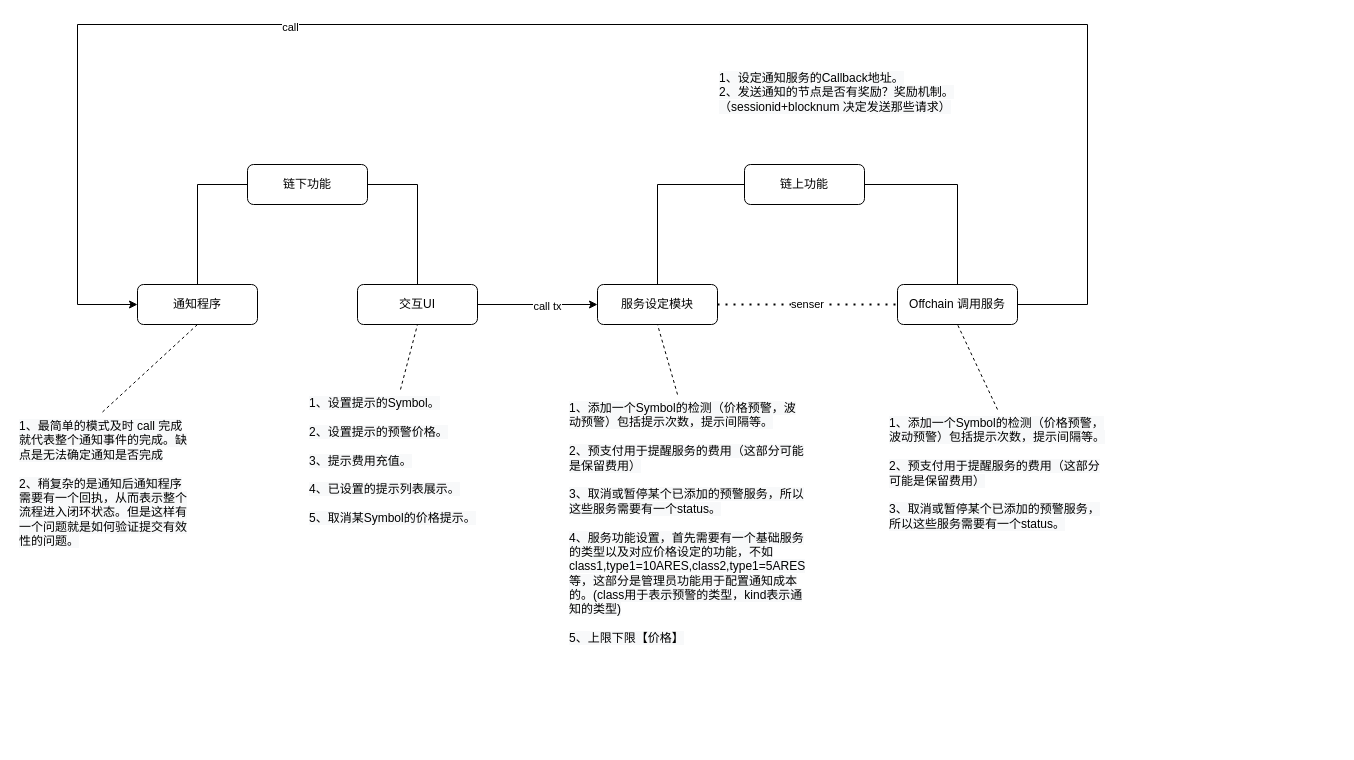
Above: page "功能流程" (1 of 6) of 自动报价程序.drawio in kami1983/umls (draw.io), before the change. Source tidied: cells renumbered, new cells numbered last; positions are measured from the earlier drawing's top-left corner, leaving out a move shared by most shapes. Both pictures are drawn from the tidied source at 100%, with x=0, y=0 at pixel (17, 24).
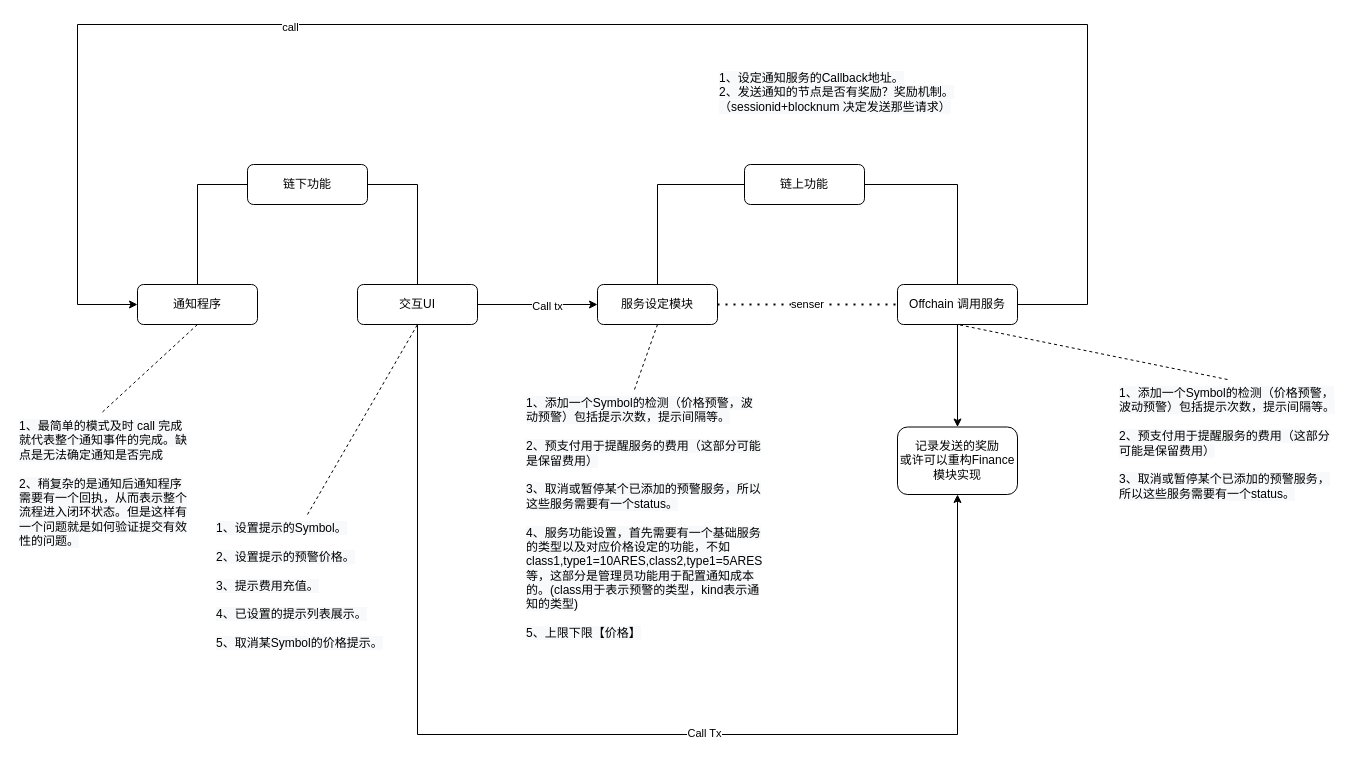
The same page after the edit.

The change refers to these unchanged cells:
```xml
<mxCell id="10" style="edgeStyle=orthogonalEdgeStyle;rounded=0;jettySize=auto;html=1;entryX=0;entryY=0.5;entryDx=0;entryDy=0;" parent="1" edge="1" source="12" target="14">
  <mxGeometry relative="1" as="geometry" />
</mxCell>
<mxCell id="12" value="交互UI" style="rounded=1;whiteSpace=wrap;html=1;fontSize=12;glass=0;strokeWidth=1;shadow=0;" parent="1" vertex="1">
  <mxGeometry x="340" y="260" width="120" height="40" as="geometry" />
</mxCell>
<mxCell id="17" value="Offchain 调用服务" style="rounded=1;whiteSpace=wrap;html=1;fontSize=12;glass=0;strokeWidth=1;shadow=0;" parent="1" vertex="1">
  <mxGeometry x="880" y="260" width="120" height="40" as="geometry" />
</mxCell>
```

Diff of the diagram source:
```diff
@@
     <mxCell id="8" value="&lt;span style=&quot;color: rgb(0, 0, 0); font-family: Helvetica; font-size: 12px; font-style: normal; font-variant-ligatures: normal; font-variant-caps: normal; font-weight: 400; letter-spacing: normal; orphans: 2; text-align: center; text-indent: 0px; text-transform: none; widows: 2; word-spacing: 0px; -webkit-text-stroke-width: 0px; background-color: rgb(248, 249, 250); text-decoration-thickness: initial; text-decoration-style: initial; text-decoration-color: initial; float: none; display: inline !important;&quot;&gt;1、设置提示的Symbol。&lt;br&gt;&lt;br&gt;2、设置提示的预警价格。&lt;br&gt;&lt;br&gt;3、提示费用充值。&lt;br&gt;&lt;br&gt;4、已设置的提示列表展示。&lt;br&gt;&lt;br&gt;5、取消某Symbol的价格提示。&lt;br&gt;&lt;/span&gt;" style="text;whiteSpace=wrap;html=1;" parent="1" vertex="1">
-      <mxGeometry x="290" y="365" width="186" height="155" as="geometry" />
+      <mxGeometry x="197" y="490" width="186" height="155" as="geometry" />
     </mxCell>
@@
-    <mxCell id="11" value="call tx" style="edgeLabel;html=1;align=center;verticalAlign=middle;" parent="10" vertex="1">
+    <mxCell id="11" value="Call tx" style="edgeLabel;html=1;align=center;verticalAlign=middle;" parent="10" vertex="1">
       <mxGeometry x="0.15" y="-1" relative="1" as="geometry" />
     </mxCell>
+    <mxCell id="26" style="edgeStyle=orthogonalEdgeStyle;rounded=0;jettySize=auto;html=1;entryX=0.5;entryY=1;entryDx=0;entryDy=0;" parent="1" edge="1" source="12" target="29">
+      <mxGeometry relative="1" as="geometry">
+        <Array as="points">
+          <mxPoint x="400" y="710" />
+          <mxPoint x="940" y="710" />
+        </Array>
+      </mxGeometry>
+    </mxCell>
+    <mxCell id="27" value="Call Tx" style="edgeLabel;html=1;align=center;verticalAlign=middle;" parent="26" vertex="1">
+      <mxGeometry x="0.17" y="3" relative="1" as="geometry">
+        <mxPoint y="1" as="offset" />
+      </mxGeometry>
+    </mxCell>
@@
+    <mxCell id="28" style="edgeStyle=orthogonalEdgeStyle;rounded=0;jettySize=auto;html=1;" parent="1" edge="1" source="17" target="29">
+      <mxGeometry relative="1" as="geometry" />
+    </mxCell>
@@
     <mxCell id="21" value="&lt;span style=&quot;color: rgb(0, 0, 0); font-family: Helvetica; font-size: 12px; font-style: normal; font-variant-ligatures: normal; font-variant-caps: normal; font-weight: 400; letter-spacing: normal; orphans: 2; text-align: center; text-indent: 0px; text-transform: none; widows: 2; word-spacing: 0px; -webkit-text-stroke-width: 0px; background-color: rgb(248, 249, 250); text-decoration-thickness: initial; text-decoration-style: initial; text-decoration-color: initial; float: none; display: inline !important;&quot;&gt;1、添加一个Symbol的检测（价格预警，波动预警）包括提示次数，提示间隔等。&lt;br&gt;&lt;br&gt;2、预支付用于提醒服务的费用（这部分可能是保留费用）&lt;br&gt;&lt;br&gt;3、取消或暂停某个已添加的预警服务，所以这些服务需要有一个status。&lt;br&gt;&lt;br&gt;4、服务功能设置，首先需要有一个基础服务的类型以及对应价格设定的功能，不如class1,type1=10ARES,class2,type1=5ARES等，这部分是管理员功能用于配置通知成本的。(class用于表示预警的类型，kind表示通知的类型)&lt;br&gt;&lt;br&gt;5、上限下限【价格】&lt;br&gt;&lt;/span&gt;" style="text;whiteSpace=wrap;html=1;" parent="1" vertex="1">
-      <mxGeometry x="550" y="370" width="220" height="280" as="geometry" />
+      <mxGeometry x="507" y="365" width="220" height="280" as="geometry" />
     </mxCell>
     <mxCell id="22" value="&lt;span style=&quot;color: rgb(0, 0, 0); font-family: Helvetica; font-size: 12px; font-style: normal; font-variant-ligatures: normal; font-variant-caps: normal; font-weight: 400; letter-spacing: normal; orphans: 2; text-align: center; text-indent: 0px; text-transform: none; widows: 2; word-spacing: 0px; -webkit-text-stroke-width: 0px; background-color: rgb(248, 249, 250); text-decoration-thickness: initial; text-decoration-style: initial; text-decoration-color: initial; float: none; display: inline !important;&quot;&gt;1、添加一个Symbol的检测（价格预警，波动预警）包括提示次数，提示间隔等。&lt;br&gt;&lt;br&gt;2、预支付用于提醒服务的费用（这部分可能是保留费用）&lt;br&gt;&lt;br&gt;3、取消或暂停某个已添加的预警服务，所以这些服务需要有一个status。&lt;br&gt;&lt;/span&gt;" style="text;whiteSpace=wrap;html=1;" parent="1" vertex="1">
-      <mxGeometry x="870" y="385" width="220" height="135" as="geometry" />
+      <mxGeometry x="1100" y="355" width="220" height="135" as="geometry" />
     </mxCell>
@@
+    <mxCell id="29" value="记录发送的奖励&lt;br&gt;或许可以重构Finance模块实现" style="rounded=1;whiteSpace=wrap;html=1;fontSize=12;glass=0;strokeWidth=1;shadow=0;" parent="1" vertex="1">
+      <mxGeometry x="880" y="402.5" width="120" height="67.5" as="geometry" />
+    </mxCell>
```
